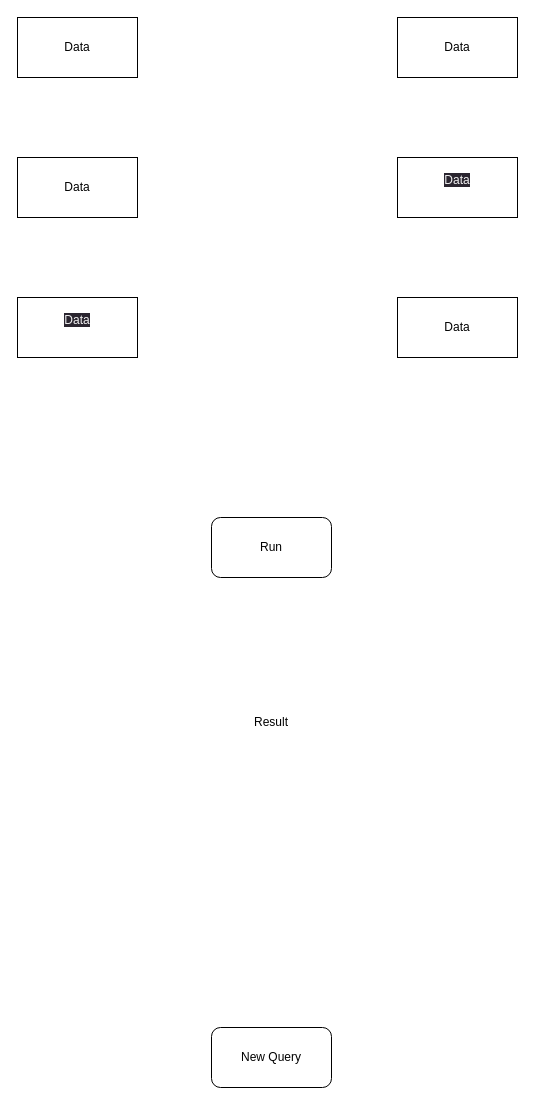
Earlier version of the draw.io diagram page "company-dates" (2 of 2) of diagram.drawio (guilherme-messias/validador-de-contratos). Source tidied: cells renumbered, new cells numbered last; positions are measured from the earlier drawing's top-left corner, leaving out a move shared by most shapes. Both pictures are drawn from the tidied source at 100%, with x=0, y=0 at pixel (17, 17).
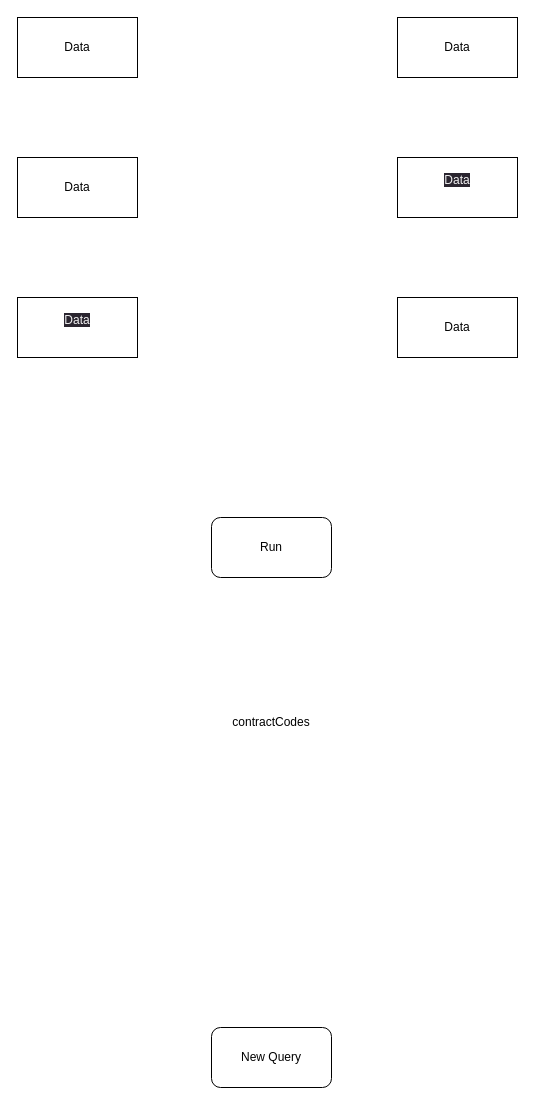
The same page after the edit.

Change to the diagram source:
```diff
@@
 <mxGraphModel>
   <root>
     <mxCell id="0" />
     <mxCell id="1" parent="0" />
     <mxCell id="2" value="Data" style="rounded=0;whiteSpace=wrap;html=1;" parent="1" vertex="1">
       <mxGeometry width="120" height="60" as="geometry" />
     </mxCell>
     <mxCell id="3" value="Data" style="rounded=0;whiteSpace=wrap;html=1;" parent="1" vertex="1">
       <mxGeometry x="380" width="120" height="60" as="geometry" />
     </mxCell>
     <mxCell id="4" value="Data" style="rounded=0;whiteSpace=wrap;html=1;" parent="1" vertex="1">
       <mxGeometry y="140" width="120" height="60" as="geometry" />
     </mxCell>
     <mxCell id="5" value="&#10;&lt;span style=&quot;color: rgb(240, 240, 240); font-family: Helvetica; font-size: 12px; font-style: normal; font-variant-ligatures: normal; font-variant-caps: normal; font-weight: 400; letter-spacing: normal; orphans: 2; text-align: center; text-indent: 0px; text-transform: none; widows: 2; word-spacing: 0px; -webkit-text-stroke-width: 0px; background-color: rgb(42, 37, 47); text-decoration-thickness: initial; text-decoration-style: initial; text-decoration-color: initial; float: none; display: inline !important;&quot;&gt;Data&lt;/span&gt;&#10;&#10;" style="rounded=0;whiteSpace=wrap;html=1;" parent="1" vertex="1">
       <mxGeometry x="380" y="140" width="120" height="60" as="geometry" />
     </mxCell>
     <mxCell id="6" value="&#10;&lt;span style=&quot;color: rgb(240, 240, 240); font-family: Helvetica; font-size: 12px; font-style: normal; font-variant-ligatures: normal; font-variant-caps: normal; font-weight: 400; letter-spacing: normal; orphans: 2; text-align: center; text-indent: 0px; text-transform: none; widows: 2; word-spacing: 0px; -webkit-text-stroke-width: 0px; background-color: rgb(42, 37, 47); text-decoration-thickness: initial; text-decoration-style: initial; text-decoration-color: initial; float: none; display: inline !important;&quot;&gt;Data&lt;/span&gt;&#10;&#10;" style="rounded=0;whiteSpace=wrap;html=1;" parent="1" vertex="1">
       <mxGeometry y="280" width="120" height="60" as="geometry" />
     </mxCell>
     <mxCell id="7" value="Data" style="rounded=0;whiteSpace=wrap;html=1;" parent="1" vertex="1">
       <mxGeometry x="380" y="280" width="120" height="60" as="geometry" />
     </mxCell>
     <mxCell id="8" value="Run" style="rounded=1;whiteSpace=wrap;html=1;" parent="1" vertex="1">
       <mxGeometry x="194" y="500" width="120" height="60" as="geometry" />
     </mxCell>
-    <mxCell id="9" value="Result" style="text;html=1;strokeColor=none;fillColor=none;align=center;verticalAlign=middle;whiteSpace=wrap;rounded=0;" parent="1" vertex="1">
+    <mxCell id="9" value="contractCodes" style="text;html=1;strokeColor=none;fillColor=none;align=center;verticalAlign=middle;whiteSpace=wrap;rounded=0;" parent="1" vertex="1">
       <mxGeometry x="224" y="690" width="60" height="30" as="geometry" />
     </mxCell>
     <mxCell id="10" value="New Query" style="rounded=1;whiteSpace=wrap;html=1;" parent="1" vertex="1">
       <mxGeometry x="194" y="1010" width="120" height="60" as="geometry" />
     </mxCell>
   </root>
 </mxGraphModel>
```
